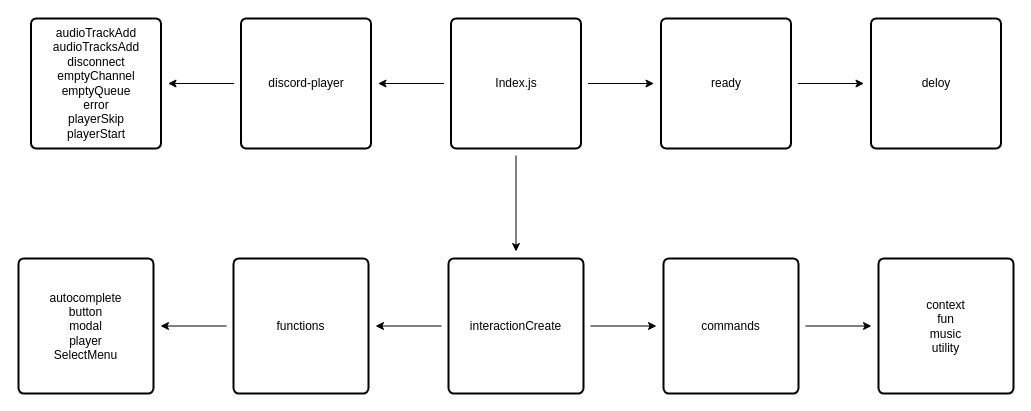
The draw.io diagram page "Main" (1 of 2) of ziji Discord bot.drawio in zijipia/Ziji-bot-discord, before the edit. Source tidied: cells renumbered, new cells numbered last; positions are measured from the earlier drawing's top-left corner, leaving out a move shared by most shapes. Both pictures are drawn from the tidied source at 100%, with x=0, y=0 at pixel (18, 18).
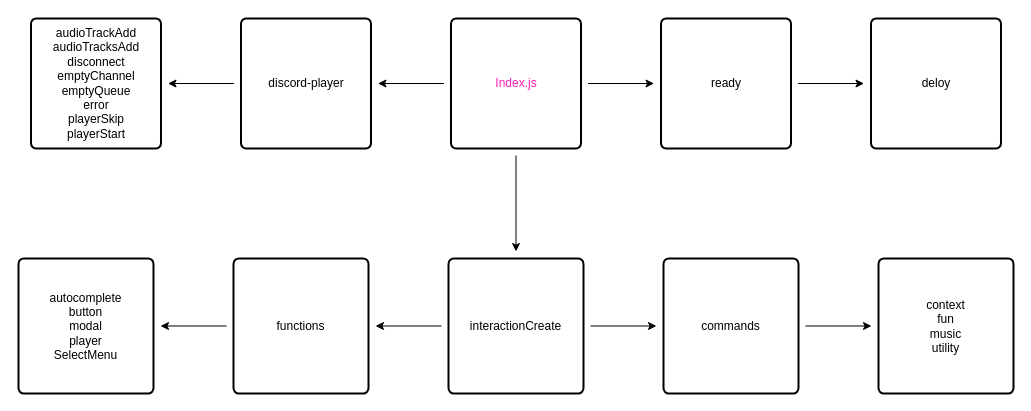
Above is the later version.

Change to the diagram source:
```diff
@@
-    <mxCell id="5" value="Index.js" style="whiteSpace=wrap;html=1;verticalAlign=middle;direction=east;perimeterSpacing=7;strokeWidth=2;rounded=1;arcSize=4;" parent="1" vertex="1">
+    <mxCell id="5" value="Index.js" style="whiteSpace=wrap;html=1;verticalAlign=middle;direction=east;perimeterSpacing=7;strokeWidth=2;rounded=1;arcSize=4;fontColor=#FF1CB3;" parent="1" vertex="1">
       <mxGeometry x="432.5" width="130" height="130" as="geometry" />
     </mxCell>
```
